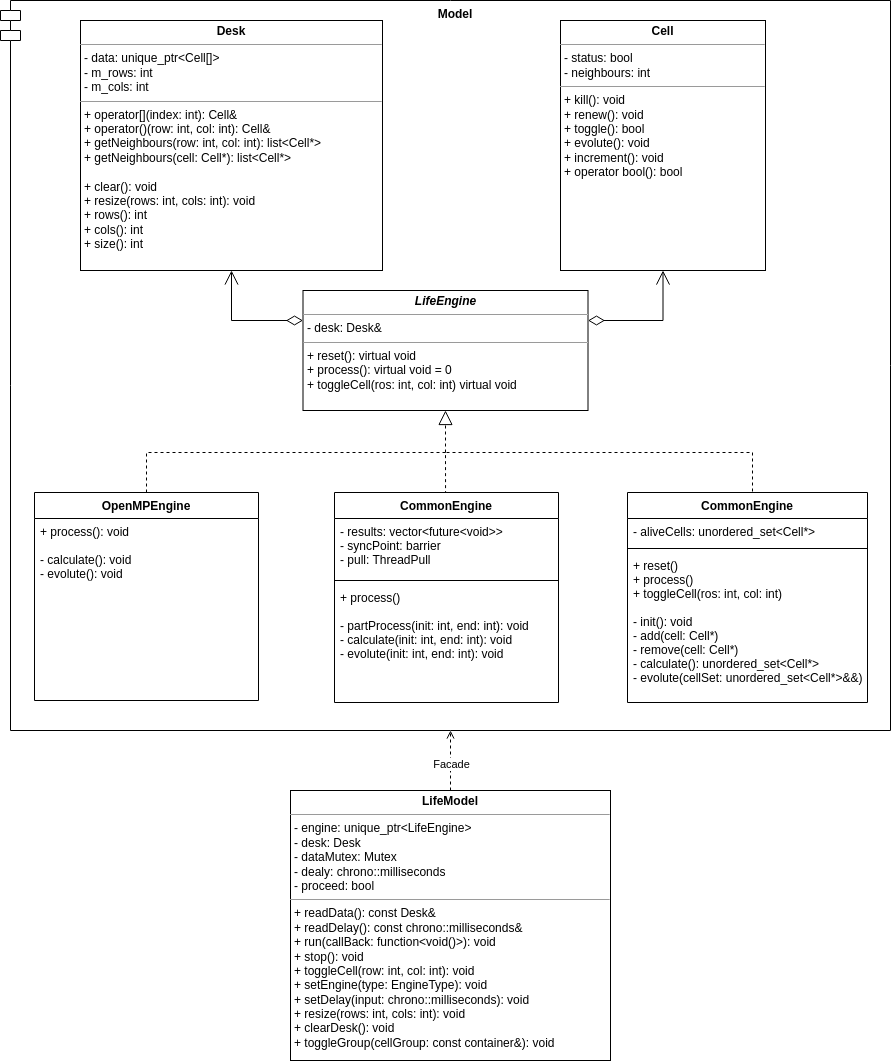
GregorGall/LifeLib keeps this draw.io diagram as doc/ClassDiagram.png. Above is the earlier version. Source tidied: cells renumbered, new cells last; positions are measured from the earlier drawing's top-left corner, leaving out a move shared by most shapes.
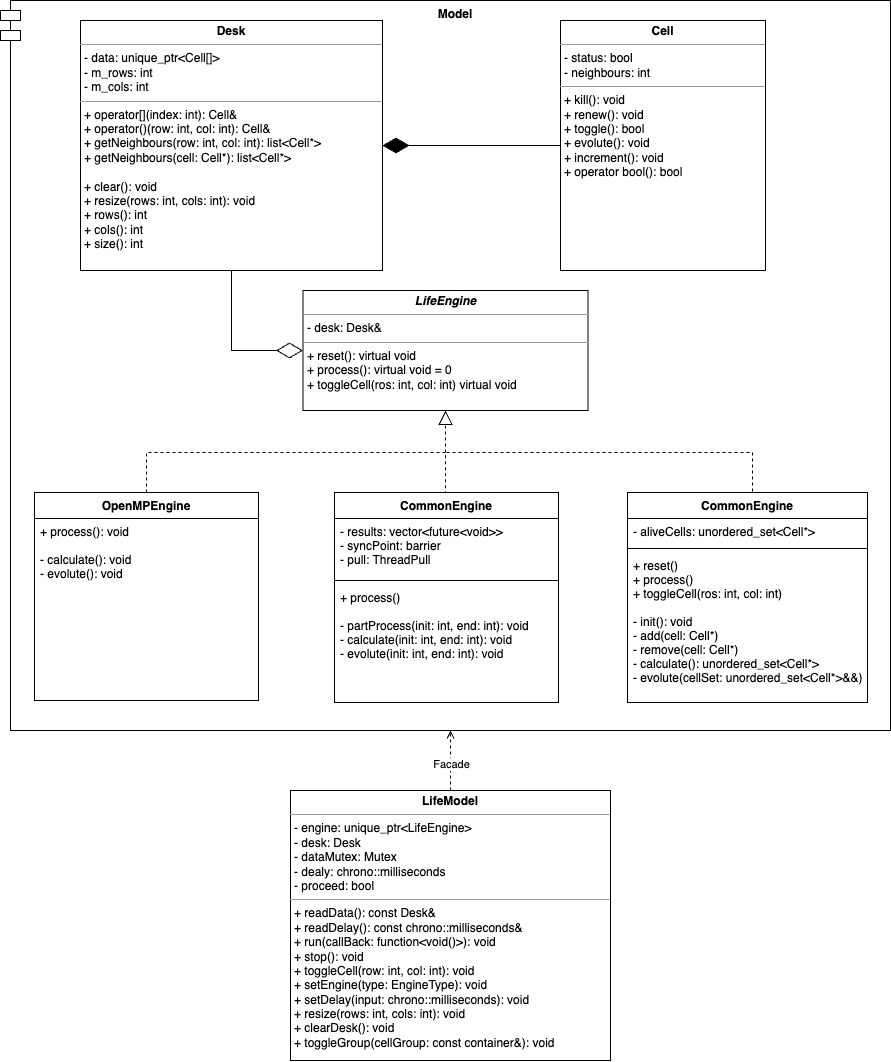
After the commit.

Commit message:
Diagram correction

Update diagram screens

Change to the diagram source:
```diff
@@ -14,20 +14,6 @@
     <mxCell id="5" value="&lt;p style=&quot;margin: 0px ; margin-top: 4px ; text-align: center&quot;&gt;&lt;i&gt;&lt;b&gt;LifeEngine&lt;/b&gt;&lt;/i&gt;&lt;/p&gt;&lt;hr size=&quot;1&quot;&gt;&lt;p style=&quot;margin: 0px ; margin-left: 4px&quot;&gt;- desk: Desk&amp;amp;&lt;/p&gt;&lt;hr size=&quot;1&quot;&gt;&lt;p style=&quot;margin: 0px ; margin-left: 4px&quot;&gt;+ reset(): virtual void&lt;br&gt;&lt;/p&gt;&lt;p style=&quot;margin: 0px ; margin-left: 4px&quot;&gt;+ process(): virtual void = 0&lt;/p&gt;&lt;p style=&quot;margin: 0px ; margin-left: 4px&quot;&gt;+ toggleCell(ros: int, col: int) virtual void&lt;/p&gt;&lt;p style=&quot;margin: 0px ; margin-left: 4px&quot;&gt;&lt;br&gt;&lt;/p&gt;" style="verticalAlign=top;align=left;overflow=fill;fontSize=12;fontFamily=Helvetica;html=1;" parent="1" vertex="1">
       <mxGeometry x="302.5" y="290" width="285" height="120" as="geometry" />
     </mxCell>
-    <mxCell id="6" style="endArrow=open;html=1;endSize=12;startArrow=diamondThin;startSize=14;startFill=0;edgeStyle=orthogonalEdgeStyle;align=left;verticalAlign=bottom;rounded=0;entryX=0.5;entryY=1;entryDx=0;entryDy=0;jumpSize=6;exitX=0;exitY=0.25;exitDx=0;exitDy=0;" parent="1" edge="1" source="5" target="3">
-      <mxGeometry x="-1" y="3" relative="1" as="geometry">
-        <Array as="points">
-          <mxPoint x="231" y="320" />
-        </Array>
-      </mxGeometry>
-    </mxCell>
-    <mxCell id="7" style="endArrow=open;html=1;endSize=12;startArrow=diamondThin;startSize=14;startFill=0;edgeStyle=orthogonalEdgeStyle;align=left;verticalAlign=bottom;rounded=0;jumpSize=6;entryX=0.5;entryY=1;entryDx=0;entryDy=0;exitX=1;exitY=0.25;exitDx=0;exitDy=0;" parent="1" edge="1" source="5" target="4">
-      <mxGeometry x="-1" y="3" relative="1" as="geometry">
-        <Array as="points">
-          <mxPoint x="663" y="320" />
-        </Array>
-      </mxGeometry>
-    </mxCell>
     <mxCell id="8" style="endArrow=block;dashed=1;endFill=0;endSize=12;html=1;rounded=0;jumpSize=6;" parent="1" edge="1">
       <mxGeometry relative="1" as="geometry">
         <mxPoint x="445" y="452" as="sourcePoint" />
@@ -97,5 +83,11 @@
     <mxCell id="24" value="+ process()&#10;&#10;- partProcess(init: int, end: int): void&#10;- calculate(init: int, end: int): void&#10;- evolute(init: int, end: int): void" style="text;strokeColor=none;fillColor=none;align=left;verticalAlign=top;spacingLeft=4;spacingRight=4;overflow=hidden;" parent="21" vertex="1">
       <mxGeometry y="92" width="224" height="118" as="geometry" />
     </mxCell>
+    <mxCell id="25" style="endArrow=diamondThin;endFill=1;endSize=24;html=1;rounded=0;exitX=0;exitY=0.5;exitDx=0;exitDy=0;entryX=1;entryY=0.5;entryDx=0;entryDy=0;" parent="1" edge="1" source="4" target="3">
+      <mxGeometry relative="1" as="geometry" />
+    </mxCell>
+    <mxCell id="26" style="endArrow=diamondThin;endFill=0;endSize=24;html=1;rounded=0;exitX=0.5;exitY=1;exitDx=0;exitDy=0;entryX=0;entryY=0.5;entryDx=0;entryDy=0;edgeStyle=orthogonalEdgeStyle;" parent="1" edge="1" source="3" target="5">
+      <mxGeometry relative="1" as="geometry" />
+    </mxCell>
   </root>
 </mxGraphModel>
```
